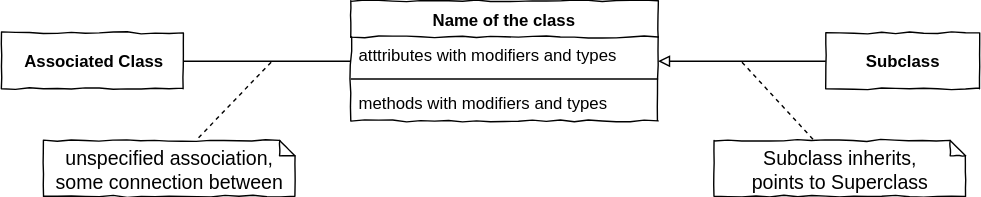
The draw.io diagram X01_Appendix/UML/ClassStructure.svg in JirkaDellOro/EIA2-Inverted, before a commit. Source tidied: cells renumbered, new cells last; positions are measured from the earlier drawing's top-left corner, leaving out a move shared by most shapes.
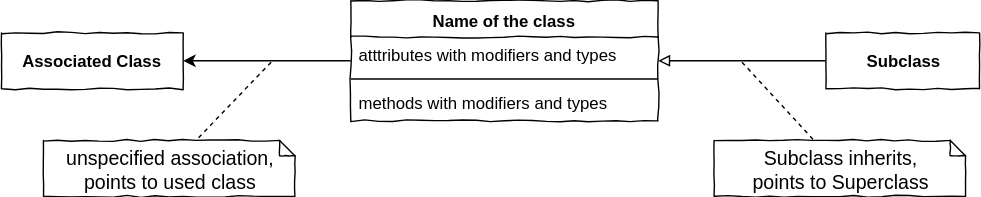
After the change.

Commit message:
directed association

Diff of the diagram source:
```diff
@@ -20,13 +20,13 @@
     <mxCell id="7" value="&lt;div style=&quot;text-align: left&quot;&gt;&lt;b&gt;Subclass&lt;/b&gt;&lt;/div&gt;" style="rounded=0;whiteSpace=wrap;html=1;comic=1;" parent="1" vertex="1">
       <mxGeometry x="590" y="23" width="110" height="40" as="geometry" />
     </mxCell>
-    <mxCell id="8" style="edgeStyle=orthogonalEdgeStyle;rounded=0;jettySize=auto;html=1;endArrow=none;endFill=0;" parent="1" edge="1" source="9" target="2">
+    <mxCell id="8" style="edgeStyle=orthogonalEdgeStyle;rounded=0;jettySize=auto;html=1;endArrow=none;endFill=0;startArrow=classic;startFill=1;" parent="1" edge="1" source="9" target="2">
       <mxGeometry relative="1" as="geometry" />
     </mxCell>
     <mxCell id="9" value="&lt;div style=&quot;text-align: left&quot;&gt;&lt;b&gt;Associated Class&lt;/b&gt;&lt;/div&gt;" style="rounded=0;whiteSpace=wrap;html=1;comic=1;" parent="1" vertex="1">
       <mxGeometry y="23" width="130" height="40" as="geometry" />
     </mxCell>
-    <mxCell id="10" value="unspecified association,&lt;br&gt;some connection between" style="shape=note;strokeWidth=1;fontSize=14;size=11;whiteSpace=wrap;html=1;rounded=0;shadow=0;comic=1;fillColor=#FFFFFF;" parent="1" vertex="1">
+    <mxCell id="10" value="unspecified association,&lt;br&gt;points to used class" style="shape=note;strokeWidth=1;fontSize=14;size=11;whiteSpace=wrap;html=1;rounded=0;shadow=0;comic=1;fillColor=#FFFFFF;" parent="1" vertex="1">
       <mxGeometry x="30" y="100" width="180" height="40" as="geometry" />
     </mxCell>
     <mxCell id="11" style="endArrow=none;dashed=1;html=1;" parent="1" edge="1" target="10">
```
